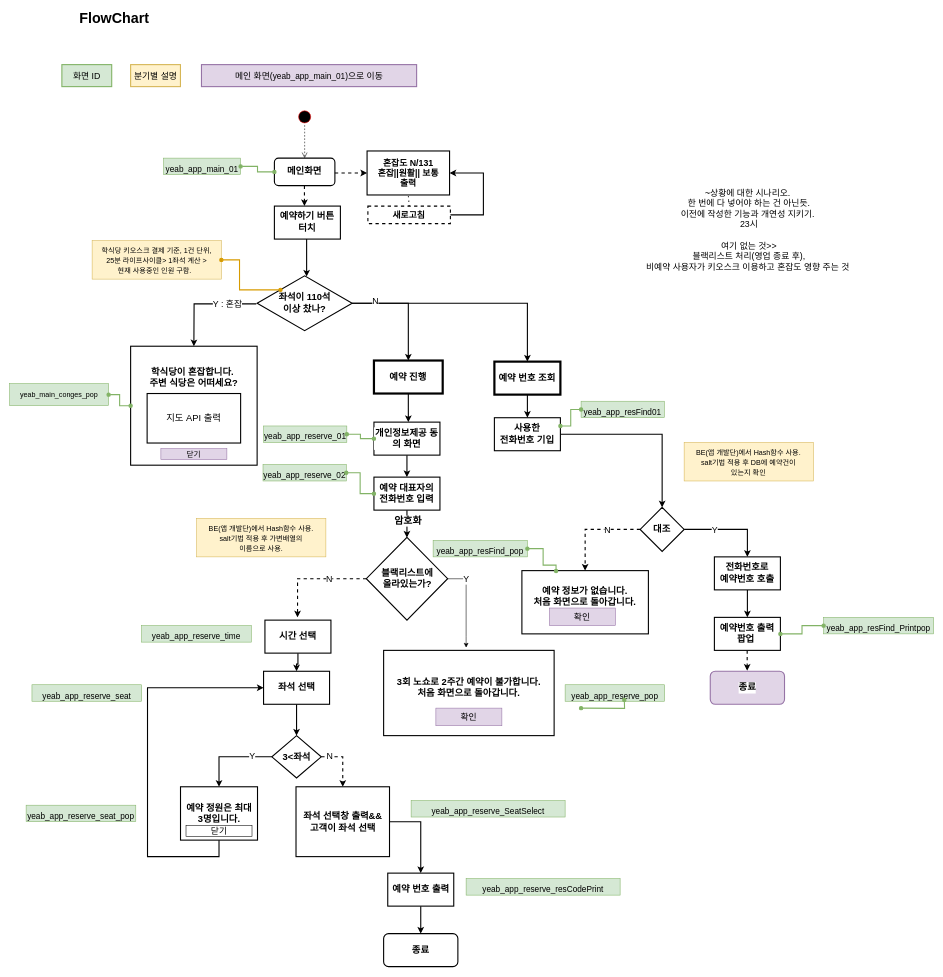
This is Copy of flowchart20220505(2)_13h11m.drawio from StrongCatWill/SWProject, a draw.io file, before an edit. Source tidied: cells renumbered, new cells numbered last; positions are measured from the earlier drawing's top-left corner, leaving out a move shared by most shapes. Both pictures are drawn from the tidied source at 55%, with x=0, y=0 at pixel (9, 9).
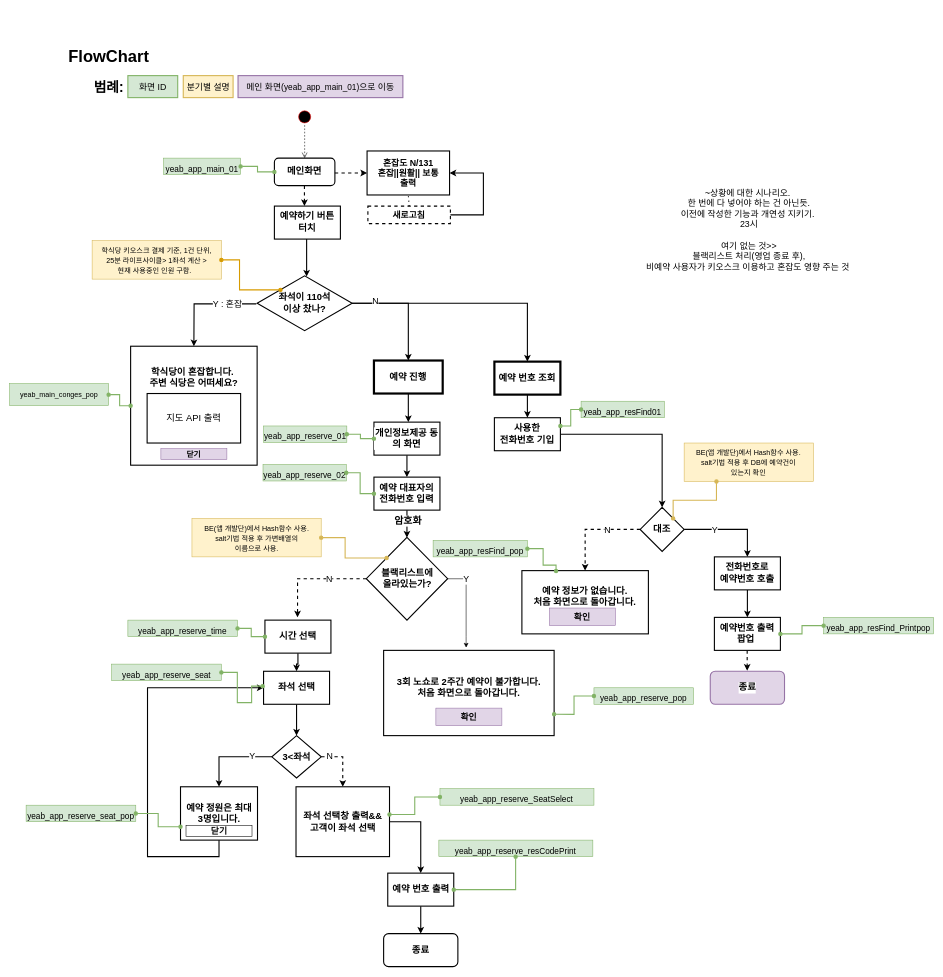
After the change.

Commit message:
Update Copy of flowchart20220505(2)_13h11m.drawio, 선 연결시켜줌.

The change refers to these unchanged cells:
```xml
<mxCell id="25" value="대조" style="rhombus;whiteSpace=wrap;html=1;fontSize=17;fillColor=none;fontStyle=1;strokeWidth=2;" parent="1" vertex="1">
  <mxGeometry x="1146.4" y="905" width="80" height="80" as="geometry" />
</mxCell>
<mxCell id="33" value="시간 선택" style="whiteSpace=wrap;html=1;fontSize=17;rounded=0;labelBackgroundColor=#ffffff;fontStyle=1;strokeWidth=2;" parent="1" vertex="1">
  <mxGeometry x="464.2" y="1110" width="120" height="60" as="geometry" />
</mxCell>
<mxCell id="41" value="예약 정원은 최대&lt;br&gt;3명입니다.&lt;br&gt;" style="whiteSpace=wrap;html=1;fontSize=17;rounded=0;labelBackgroundColor=#ffffff;fontStyle=1;strokeWidth=2;" parent="1" vertex="1">
  <mxGeometry x="310.7" y="1413" width="140" height="97" as="geometry" />
</mxCell>
<mxCell id="45" value="좌석 선택창 출력&amp;amp;&amp;amp;&lt;br&gt;고객이 좌석 선택" style="whiteSpace=wrap;html=1;fontSize=17;rounded=0;labelBackgroundColor=#ffffff;fontStyle=1;strokeWidth=2;" parent="1" vertex="1">
  <mxGeometry x="520.7" y="1413" width="170" height="127" as="geometry" />
</mxCell>
<mxCell id="53" value="예약 번호 출력" style="whiteSpace=wrap;html=1;fontSize=17;rounded=0;labelBackgroundColor=#ffffff;fontStyle=1;strokeWidth=2;" parent="1" vertex="1">
  <mxGeometry x="687.5" y="1570" width="120" height="60" as="geometry" />
</mxCell>
<mxCell id="65" value="블랙리스트에&lt;br&gt;올라있는가?" style="rhombus;whiteSpace=wrap;html=1;fontSize=17;fillColor=none;fontStyle=1;strokeWidth=2;" parent="1" vertex="1">
  <mxGeometry x="648.5" y="959.5" width="147.9" height="150.5" as="geometry" />
</mxCell>
<mxCell id="69" value="3회 노쇼로 2주간 예약이 불가합니다.&lt;br&gt;처음 화면으로 돌아갑니다.&lt;br&gt;&amp;nbsp;" style="whiteSpace=wrap;html=1;fontSize=17;fillColor=none;fontStyle=1;strokeWidth=2;" parent="1" vertex="1">
  <mxGeometry x="680" y="1165" width="310" height="155" as="geometry" />
</mxCell>
<mxCell id="85" value="&lt;span style=&quot;font-size: 15px;&quot;&gt;yeab_app_reserve_seat_pop&lt;/span&gt;" style="rounded=0;whiteSpace=wrap;html=1;fontSize=28;fillColor=#d5e8d4;strokeColor=#82b366;" parent="1" vertex="1">
  <mxGeometry x="30" y="1446.5" width="199.4" height="30" as="geometry" />
</mxCell>
```

Diff of the diagram source:
```diff
@@
-    <mxCell id="2" value="&lt;font style=&quot;font-size: 26px&quot;&gt;FlowChart&lt;br style=&quot;font-size: 17px&quot;&gt;&lt;/font&gt;" style="text;html=1;align=center;verticalAlign=middle;strokeColor=none;fillColor=none;fontSize=17;fontStyle=1;" parent="1" vertex="1">
-      <mxGeometry x="120" width="140" height="30" as="geometry" />
+    <mxCell id="2" value="&lt;font style=&quot;&quot;&gt;&lt;font style=&quot;font-size: 30px;&quot;&gt;FlowChart&lt;/font&gt;&lt;br style=&quot;font-size: 17px&quot;&gt;&lt;/font&gt;" style="text;html=1;align=center;verticalAlign=middle;strokeColor=none;fillColor=none;fontSize=17;fontStyle=1;" parent="1" vertex="1">
+      <mxGeometry x="100" y="70" width="160" height="30" as="geometry" />
     </mxCell>
@@
-    <mxCell id="20" value="&lt;font style=&quot;font-size: 14px&quot;&gt;닫기&lt;/font&gt;" style="rounded=0;whiteSpace=wrap;html=1;fillColor=#e1d5e7;strokeColor=#9673a6;" parent="1" vertex="1">
+    <mxCell id="20" value="&lt;font style=&quot;font-size: 14px&quot;&gt;&lt;b&gt;닫기&lt;/b&gt;&lt;/font&gt;" style="rounded=0;whiteSpace=wrap;html=1;fillColor=#e1d5e7;strokeColor=#9673a6;" parent="1" vertex="1">
       <mxGeometry x="275" y="798.3" width="120" height="20" as="geometry" />
     </mxCell>
@@
-    <mxCell id="29" value="확인" style="rounded=0;whiteSpace=wrap;html=1;fontSize=16;fillColor=#e1d5e7;strokeColor=#9673a6;" parent="1" vertex="1">
+    <mxCell id="29" value="&lt;b&gt;확인&lt;/b&gt;" style="rounded=0;whiteSpace=wrap;html=1;fontSize=16;fillColor=#e1d5e7;strokeColor=#9673a6;" parent="1" vertex="1">
       <mxGeometry x="981.4" y="1088" width="120" height="32" as="geometry" />
     </mxCell>
@@
-    <mxCell id="43" value="닫기" style="rounded=0;whiteSpace=wrap;html=1;fontSize=16;" parent="1" vertex="1">
+    <mxCell id="43" value="&lt;b&gt;닫기&lt;/b&gt;" style="rounded=0;whiteSpace=wrap;html=1;fontSize=16;" parent="1" vertex="1">
       <mxGeometry x="320.7" y="1483" width="120" height="20" as="geometry" />
     </mxCell>
@@
-    <mxCell id="70" value="확인" style="rounded=0;whiteSpace=wrap;html=1;fontSize=16;fillColor=#e1d5e7;strokeColor=#9673a6;" parent="1" vertex="1">
+    <mxCell id="70" value="&lt;b&gt;확인&lt;/b&gt;" style="rounded=0;whiteSpace=wrap;html=1;fontSize=16;fillColor=#e1d5e7;strokeColor=#9673a6;" parent="1" vertex="1">
       <mxGeometry x="775" y="1270" width="120" height="32" as="geometry" />
     </mxCell>
@@
     <mxCell id="80" value="&lt;span style=&quot;font-size: 13px;&quot;&gt;BE(앱 개발단)에서 Hash함수 사용.&lt;br&gt;salt기법 적용 후 가변배열의&lt;br&gt;&amp;nbsp;이름으로 사용.&amp;nbsp;&lt;br&gt;&lt;/span&gt;" style="rounded=0;whiteSpace=wrap;html=1;fontSize=15;fillColor=#fff2cc;strokeColor=#d6b656;" parent="1" vertex="1">
-      <mxGeometry x="340" y="925" width="235" height="70" as="geometry" />
+      <mxGeometry x="331.5" y="925" width="235" height="70" as="geometry" />
     </mxCell>
     <mxCell id="81" value="&lt;span style=&quot;font-size: 13px;&quot;&gt;BE(앱 개발단)에서 Hash함수 사용.&lt;br&gt;salt기법 적용 후 DB에 예약건이 &lt;br&gt;있는지 확인&lt;br&gt;&lt;/span&gt;" style="rounded=0;whiteSpace=wrap;html=1;fontSize=15;fillColor=#fff2cc;strokeColor=#d6b656;" parent="1" vertex="1">
-      <mxGeometry x="1226.4" y="787" width="235" height="70" as="geometry" />
+      <mxGeometry x="1226.4" y="788" width="235" height="70" as="geometry" />
     </mxCell>
     <mxCell id="82" value="&lt;span style=&quot;font-size: 15px;&quot;&gt;yeab_app_reserve_pop&lt;/span&gt;" style="rounded=0;whiteSpace=wrap;html=1;fontSize=28;fillColor=#d5e8d4;strokeColor=#82b366;" parent="1" vertex="1">
-      <mxGeometry x="1010" y="1227.5" width="181" height="30" as="geometry" />
+      <mxGeometry x="1062.4" y="1233" width="181" height="30" as="geometry" />
     </mxCell>
     <mxCell id="83" value="&lt;span style=&quot;font-size: 15px;&quot;&gt;yeab_app_reserve_time&lt;/span&gt;" style="rounded=0;whiteSpace=wrap;html=1;fontSize=28;fillColor=#d5e8d4;strokeColor=#82b366;" parent="1" vertex="1">
-      <mxGeometry x="240" y="1120" width="199.4" height="30" as="geometry" />
+      <mxGeometry x="215" y="1110" width="199.4" height="30" as="geometry" />
     </mxCell>
     <mxCell id="84" value="&lt;span style=&quot;font-size: 15px;&quot;&gt;yeab_app_reserve_seat&lt;/span&gt;" style="rounded=0;whiteSpace=wrap;html=1;fontSize=28;fillColor=#d5e8d4;strokeColor=#82b366;" parent="1" vertex="1">
-      <mxGeometry x="40.6" y="1227.5" width="199.4" height="30" as="geometry" />
+      <mxGeometry x="185.6" y="1190" width="199.4" height="30" as="geometry" />
     </mxCell>
@@
     <mxCell id="86" value="&lt;span style=&quot;font-size: 15px;&quot;&gt;yeab_app_reserve_SeatSelect&lt;/span&gt;" style="rounded=0;whiteSpace=wrap;html=1;fontSize=28;fillColor=#d5e8d4;strokeColor=#82b366;" parent="1" vertex="1">
-      <mxGeometry x="730" y="1438" width="280" height="30" as="geometry" />
+      <mxGeometry x="782.4" y="1416.5" width="280" height="30" as="geometry" />
     </mxCell>
     <mxCell id="87" value="&lt;span style=&quot;font-size: 15px;&quot;&gt;yeab_app_reserve_resCodePrint&lt;/span&gt;" style="rounded=0;whiteSpace=wrap;html=1;fontSize=28;fillColor=#d5e8d4;strokeColor=#82b366;" parent="1" vertex="1">
-      <mxGeometry x="830" y="1580" width="280" height="30" as="geometry" />
+      <mxGeometry x="780.4" y="1510" width="280" height="30" as="geometry" />
     </mxCell>
@@
-    <mxCell id="96" style="endArrow=oval;html=1;rounded=0;fontSize=15;entryX=0;entryY=0.5;entryDx=0;entryDy=0;exitX=1;exitY=0.5;exitDx=0;exitDy=0;endFill=1;startArrow=oval;startFill=1;fillColor=#d5e8d4;strokeColor=#82b366;strokeWidth=2;edgeStyle=orthogonalEdgeStyle;" parent="1" edge="1">
-      <mxGeometry relative="1" as="geometry">
-        <mxPoint x="1039" y="1270" as="sourcePoint" />
-        <mxPoint x="1117.6" y="1255" as="targetPoint" />
-      </mxGeometry>
+    <mxCell id="96" style="endArrow=oval;html=1;rounded=0;fontSize=15;exitX=1;exitY=0.75;exitDx=0;exitDy=0;endFill=1;startArrow=oval;startFill=1;fillColor=#d5e8d4;strokeColor=#82b366;strokeWidth=2;edgeStyle=orthogonalEdgeStyle;entryX=0;entryY=0.5;entryDx=0;entryDy=0;" parent="1" edge="1" source="69" target="82">
+      <mxGeometry relative="1" as="geometry" />
     </mxCell>
-    <mxCell id="97" value="&lt;font style=&quot;font-size: 16px;&quot;&gt;화면 ID&lt;/font&gt;" style="rounded=0;whiteSpace=wrap;html=1;strokeWidth=2;fillColor=#d5e8d4;strokeColor=#82b366;" parent="1" vertex="1">
-      <mxGeometry x="95" y="100" width="90.6" height="40" as="geometry" />
+    <mxCell id="97" value="&lt;font style=&quot;font-size: 16px;&quot;&gt;화면 ID&lt;/font&gt;" style="rounded=0;whiteSpace=wrap;html=1;strokeWidth=2;fillColor=#d5e8d4;strokeColor=#82b366;fontStyle=0;" parent="1" vertex="1">
+      <mxGeometry x="215" y="120" width="90.6" height="40" as="geometry" />
     </mxCell>
-    <mxCell id="98" value="&lt;span style=&quot;font-size: 16px;&quot;&gt;분기별 설명&lt;/span&gt;" style="rounded=0;whiteSpace=wrap;html=1;strokeWidth=2;fillColor=#fff2cc;strokeColor=#d6b656;" parent="1" vertex="1">
-      <mxGeometry x="220" y="100" width="90.6" height="40" as="geometry" />
+    <mxCell id="98" value="&lt;span style=&quot;font-size: 16px;&quot;&gt;분기별 설명&lt;/span&gt;" style="rounded=0;whiteSpace=wrap;html=1;strokeWidth=2;fillColor=#fff2cc;strokeColor=#d6b656;fontStyle=0;" parent="1" vertex="1">
+      <mxGeometry x="315.7" y="120" width="90.6" height="40" as="geometry" />
     </mxCell>
-    <mxCell id="99" value="&lt;font style=&quot;font-size: 16px;&quot;&gt;메인 화면(&lt;span style=&quot;font-size: 15px;&quot;&gt;yeab_app_main_01)&lt;/span&gt;으로 이동&lt;/font&gt;" style="rounded=0;whiteSpace=wrap;html=1;strokeWidth=2;fillColor=#e1d5e7;strokeColor=#9673a6;" parent="1" vertex="1">
-      <mxGeometry x="348.8" y="100" width="391.2" height="40" as="geometry" />
+    <mxCell id="99" value="&lt;font style=&quot;font-size: 16px;&quot;&gt;메인 화면(&lt;span style=&quot;font-size: 15px;&quot;&gt;yeab_app_main_01)&lt;/span&gt;으로 이동&lt;/font&gt;" style="rounded=0;whiteSpace=wrap;html=1;strokeWidth=2;fillColor=#e1d5e7;strokeColor=#9673a6;fontStyle=0;" parent="1" vertex="1">
+      <mxGeometry x="415.3" y="120" width="299.7" height="40" as="geometry" />
     </mxCell>
+    <mxCell id="100" value="&lt;font style=&quot;font-size: 25px;&quot;&gt;범례:&lt;/font&gt;" style="text;html=1;align=center;verticalAlign=middle;strokeColor=none;fillColor=none;fontSize=17;fontStyle=1;" parent="1" vertex="1">
+      <mxGeometry x="145" y="125" width="70" height="30" as="geometry" />
+    </mxCell>
+    <mxCell id="101" style="endArrow=oval;html=1;rounded=0;fontSize=15;exitX=1;exitY=0.5;exitDx=0;exitDy=0;endFill=1;startArrow=oval;startFill=1;fillColor=#fff2cc;strokeColor=#d6b656;edgeStyle=elbowEdgeStyle;strokeWidth=2;entryX=0;entryY=0;entryDx=0;entryDy=0;" parent="1" edge="1" source="80" target="65">
+      <mxGeometry relative="1" as="geometry">
+        <Array as="points">
+          <mxPoint x="610" y="1035" />
+        </Array>
+      </mxGeometry>
+    </mxCell>
+    <mxCell id="102" style="endArrow=oval;html=1;rounded=0;fontSize=15;endFill=1;startArrow=oval;startFill=1;fillColor=#fff2cc;strokeColor=#d6b656;edgeStyle=elbowEdgeStyle;strokeWidth=2;entryX=0.25;entryY=1;entryDx=0;entryDy=0;exitX=1;exitY=0;exitDx=0;exitDy=0;" parent="1" edge="1" source="25" target="81">
+      <mxGeometry relative="1" as="geometry" />
+    </mxCell>
+    <mxCell id="103" style="endArrow=oval;html=1;rounded=0;fontSize=15;entryX=0;entryY=0.5;entryDx=0;entryDy=0;exitX=1;exitY=0.5;exitDx=0;exitDy=0;endFill=1;startArrow=oval;startFill=1;fillColor=#d5e8d4;strokeColor=#82b366;edgeStyle=orthogonalEdgeStyle;strokeWidth=2;" parent="1" edge="1" source="83" target="33">
+      <mxGeometry relative="1" as="geometry" />
+    </mxCell>
+    <mxCell id="104" style="endArrow=oval;html=1;rounded=0;fontSize=15;exitX=1;exitY=0.5;exitDx=0;exitDy=0;endFill=1;startArrow=oval;startFill=1;fillColor=#d5e8d4;strokeColor=#82b366;edgeStyle=orthogonalEdgeStyle;strokeWidth=2;" parent="1" edge="1" source="84">
+      <mxGeometry relative="1" as="geometry">
+        <mxPoint x="460" y="1230" as="targetPoint" />
+        <Array as="points">
+          <mxPoint x="414" y="1205" />
+          <mxPoint x="414" y="1260" />
+          <mxPoint x="440" y="1260" />
+          <mxPoint x="440" y="1230" />
+        </Array>
+      </mxGeometry>
+    </mxCell>
+    <mxCell id="105" style="endArrow=oval;html=1;rounded=0;fontSize=15;entryX=0;entryY=0.75;entryDx=0;entryDy=0;exitX=1;exitY=0.5;exitDx=0;exitDy=0;endFill=1;startArrow=oval;startFill=1;fillColor=#d5e8d4;strokeColor=#82b366;edgeStyle=orthogonalEdgeStyle;strokeWidth=2;" parent="1" edge="1" source="85" target="41">
+      <mxGeometry relative="1" as="geometry" />
+    </mxCell>
+    <mxCell id="106" style="endArrow=oval;html=1;rounded=0;fontSize=15;entryX=0;entryY=0.5;entryDx=0;entryDy=0;exitX=1;exitY=0.396;exitDx=0;exitDy=0;endFill=1;startArrow=oval;startFill=1;fillColor=#d5e8d4;strokeColor=#82b366;edgeStyle=orthogonalEdgeStyle;strokeWidth=2;exitPerimeter=0;" parent="1" edge="1" source="45" target="86">
+      <mxGeometry relative="1" as="geometry" />
+    </mxCell>
+    <mxCell id="107" style="endArrow=oval;html=1;rounded=0;fontSize=15;entryX=0.5;entryY=1;entryDx=0;entryDy=0;exitX=1;exitY=0.5;exitDx=0;exitDy=0;endFill=1;startArrow=oval;startFill=1;fillColor=#d5e8d4;strokeColor=#82b366;edgeStyle=elbowEdgeStyle;strokeWidth=2;" parent="1" edge="1" source="53" target="87">
+      <mxGeometry relative="1" as="geometry">
+        <Array as="points">
+          <mxPoint x="920" y="1570" />
+          <mxPoint x="890" y="1580" />
+        </Array>
+      </mxGeometry>
+    </mxCell>
```
